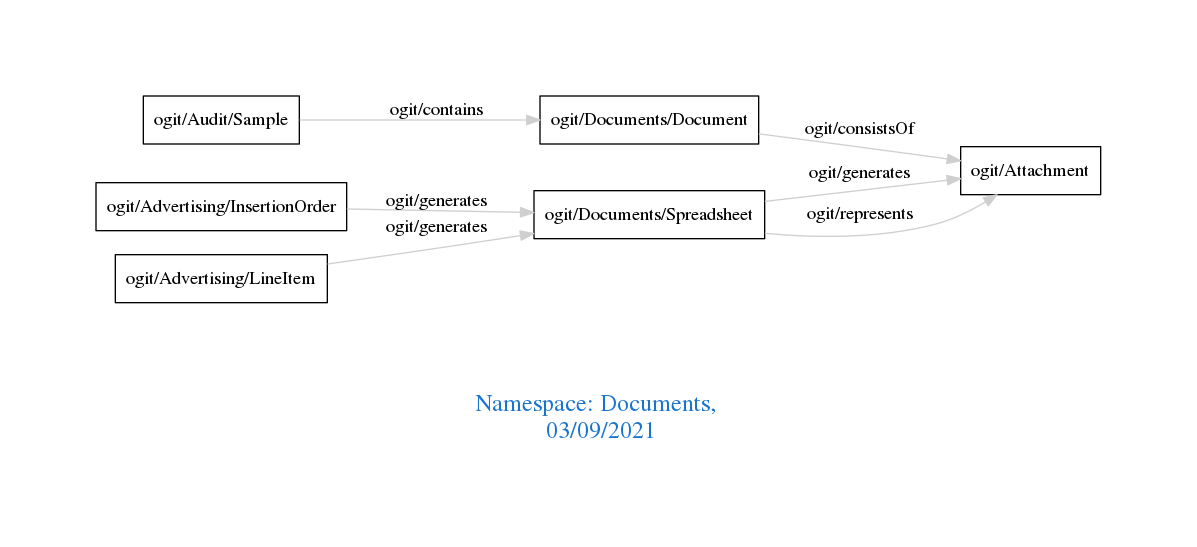
The Graphviz diagram downloads/Documents.png in arago/OGIT, before a commit. Its source is kept beside it as downloads/Documents.dot.
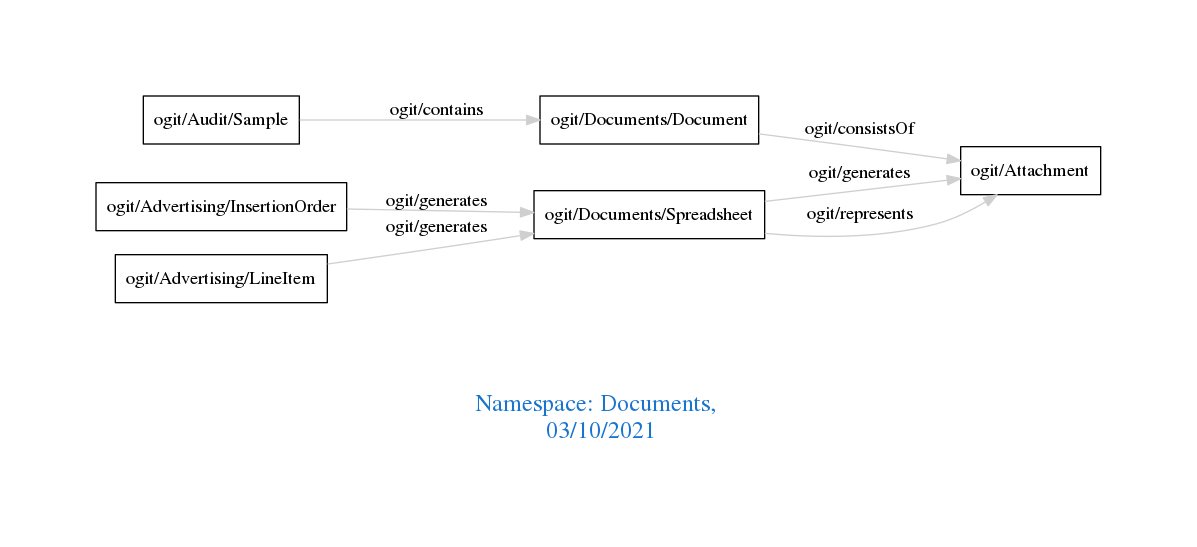
The same diagram one commit later.

The edit, as a diff of the source:
```diff
@@ -1,7 +1,7 @@
 digraph OGIT_ontology {
  graph [ rankdir= LR,pad=1
 fontsize = 18,
-fontcolor= dodgerblue3,label = "\n\n\nNamespace: Documents, \n 03/09/2021"];
+fontcolor= dodgerblue3,label = "\n\n\nNamespace: Documents, \n 03/10/2021"];
 node[shape=polygon];
 edge [  color="gray81"];
 
```
